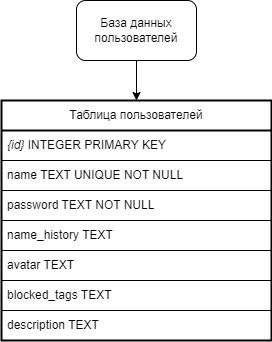
Before: server/doc/source/images/users.drawio.png, a diagram exported from draw.io (abnormalize0/DailyTeleFrog). Source tidied: cells renumbered, new cells last; positions are measured from the earlier drawing's top-left corner, leaving out a move shared by most shapes.
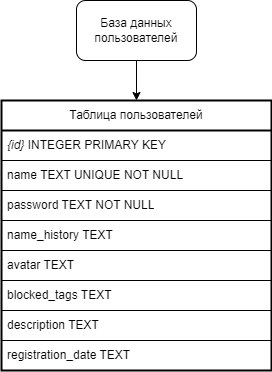
Later version of the same file.

Commit message:
#74 add user registration data

The edit, as a diff of the source:
```diff
@@ -9,7 +9,7 @@
       <mxGeometry x="75" width="120" height="60" as="geometry" />
     </mxCell>
     <mxCell id="4" value="Таблица пользователей" style="swimlane;fontStyle=0;horizontal=1;startSize=30;whiteSpace=wrap;html=1;swimlaneLine=1;glass=0;strokeWidth=2;" parent="1" vertex="1">
-      <mxGeometry y="100" width="270" height="240" as="geometry" />
+      <mxGeometry y="100" width="270" height="270" as="geometry" />
     </mxCell>
     <mxCell id="5" value="&lt;i&gt;{id}&lt;/i&gt; INTEGER PRIMARY KEY" style="text;strokeColor=default;fillColor=none;align=left;verticalAlign=middle;spacingLeft=4;spacingRight=4;overflow=hidden;whiteSpace=wrap;html=1;labelBorderColor=none;" parent="4" vertex="1">
       <mxGeometry y="30" width="270" height="30" as="geometry" />
@@ -32,5 +32,8 @@
     <mxCell id="11" value="description TEXT" style="text;strokeColor=default;fillColor=none;align=left;verticalAlign=middle;spacingLeft=4;spacingRight=4;overflow=hidden;whiteSpace=wrap;html=1;" parent="4" vertex="1">
       <mxGeometry y="210" width="270" height="30" as="geometry" />
     </mxCell>
+    <mxCell id="12" value="registration_date TEXT" style="text;strokeColor=default;fillColor=none;align=left;verticalAlign=middle;spacingLeft=4;spacingRight=4;overflow=hidden;whiteSpace=wrap;html=1;" parent="4" vertex="1">
+      <mxGeometry y="240" width="270" height="30" as="geometry" />
+    </mxCell>
   </root>
 </mxGraphModel>
```
